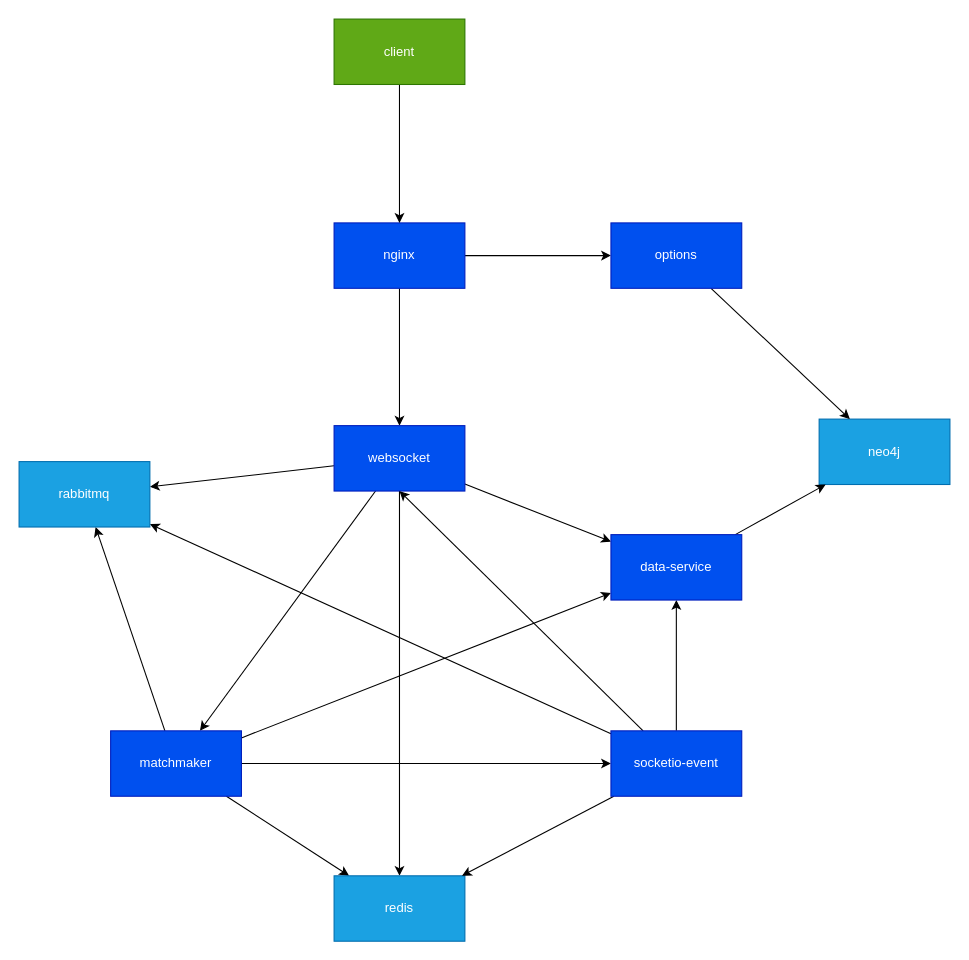
Above: arch.drawio in andrew-delph/cloud-video-call (draw.io), before the change. Source tidied: cells renumbered, new cells numbered last; positions are measured from the earlier drawing's top-left corner, leaving out a move shared by most shapes. Both pictures are drawn from the tidied source at 109%, with x=0, y=0 at pixel (19, 19).
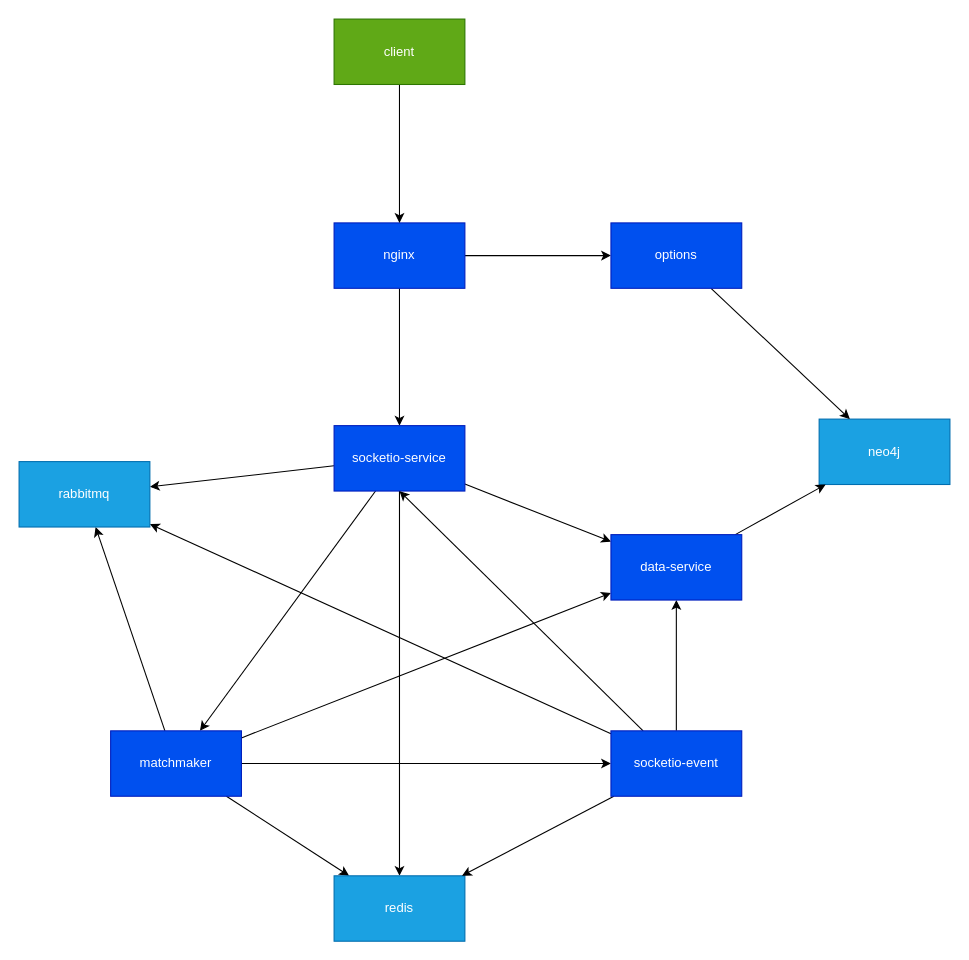
Above is the later version.

What changed in the source:
```diff
@@
-    <mxCell id="9" value="websocket" style="rounded=0;whiteSpace=wrap;html=1;fillColor=#0050ef;fontColor=#ffffff;strokeColor=#001DBC;" parent="1" vertex="1">
+    <mxCell id="9" value="socketio-service" style="rounded=0;whiteSpace=wrap;html=1;fillColor=#0050ef;fontColor=#ffffff;strokeColor=#001DBC;" parent="1" vertex="1">
       <mxGeometry x="289" y="373" width="120" height="60" as="geometry" />
     </mxCell>
```
